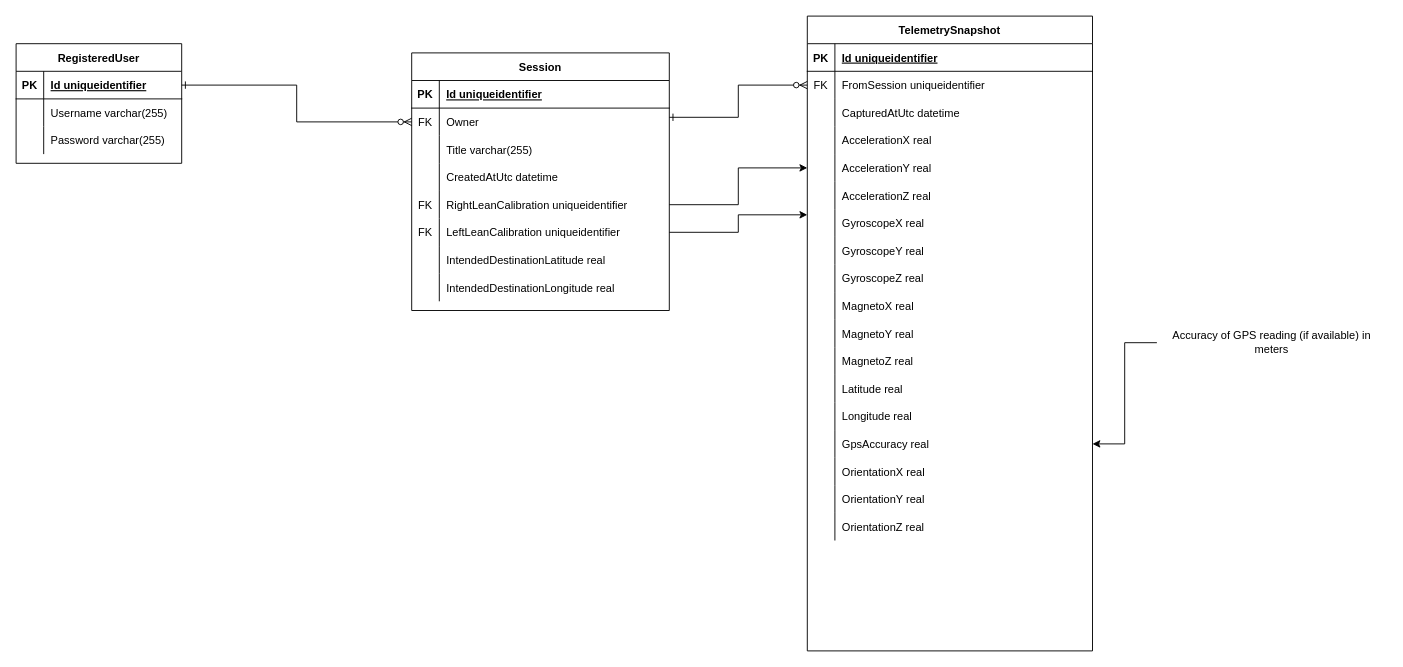
This is ERD.drawio from TimHanewich/TimHanewich.TelemetryFeed, a draw.io file, before an edit. Source tidied: cells renumbered, new cells numbered last; positions are measured from the earlier drawing's top-left corner, leaving out a move shared by most shapes. Both pictures are drawn from the tidied source at 92%, with x=0, y=0 at pixel (16, 16).
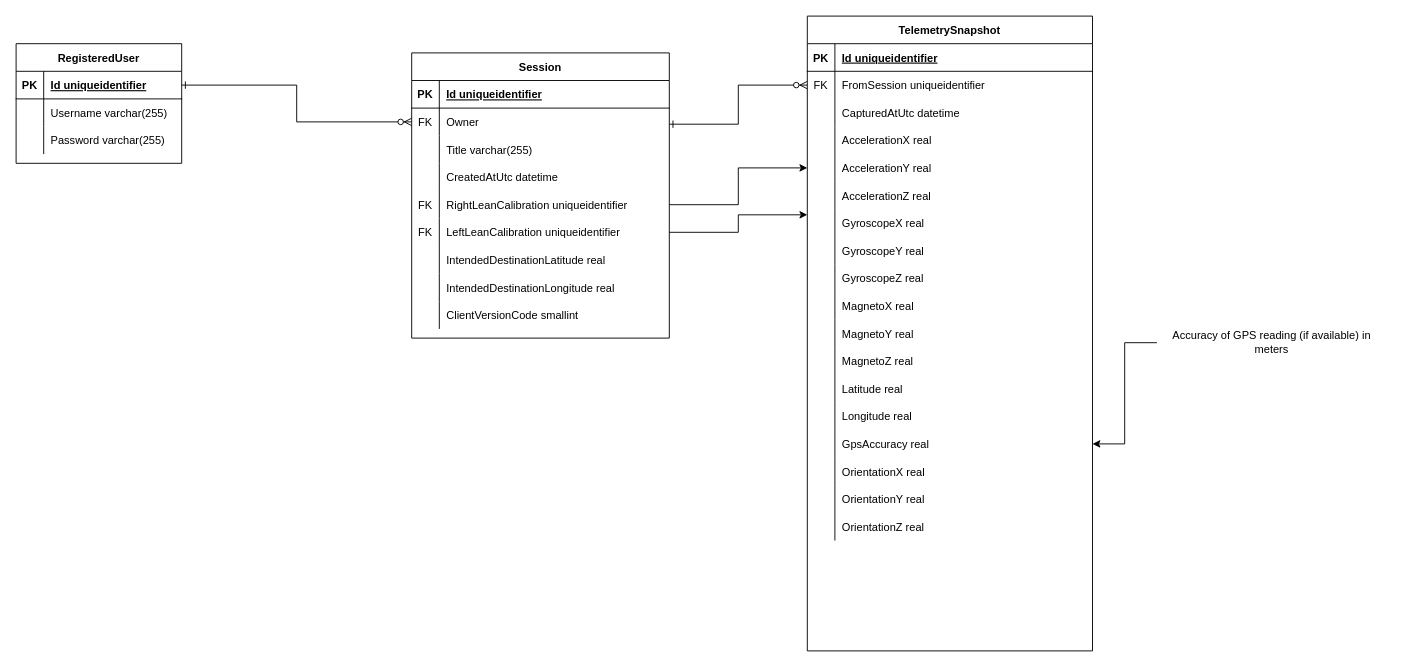
The same diagram, later.

Commit message (it also covers changes not shown here):
Added ClientVersionCode to Session

Diff of the diagram source:
```diff
@@
     <mxCell id="57" value="Session" style="shape=table;startSize=30;childLayout=tableLayout;rowLines=0;fontStyle=1;align=center;" parent="1" vertex="1">
-      <mxGeometry x="430" y="40" width="280" height="280" as="geometry" />
+      <mxGeometry x="430" y="40" width="280" height="310" as="geometry" />
     </mxCell>
@@
+    <mxCell id="98" style="shape=partialRectangle;fillColor=none;top=0;left=0;bottom=0;right=0;" parent="57" vertex="1">
+      <mxGeometry y="270" width="280" height="30" as="geometry" />
+    </mxCell>
+    <mxCell id="99" style="shape=partialRectangle;fillColor=none;top=0;left=0;bottom=0;right=0;overflow=hidden;" parent="98" vertex="1">
+      <mxGeometry width="30" height="30" as="geometry" />
+    </mxCell>
+    <mxCell id="100" value="ClientVersionCode smallint" style="shape=partialRectangle;fillColor=none;top=0;left=0;bottom=0;right=0;align=left;spacingLeft=6;overflow=hidden;" parent="98" vertex="1">
+      <mxGeometry x="30" width="250" height="30" as="geometry" />
+    </mxCell>
```
